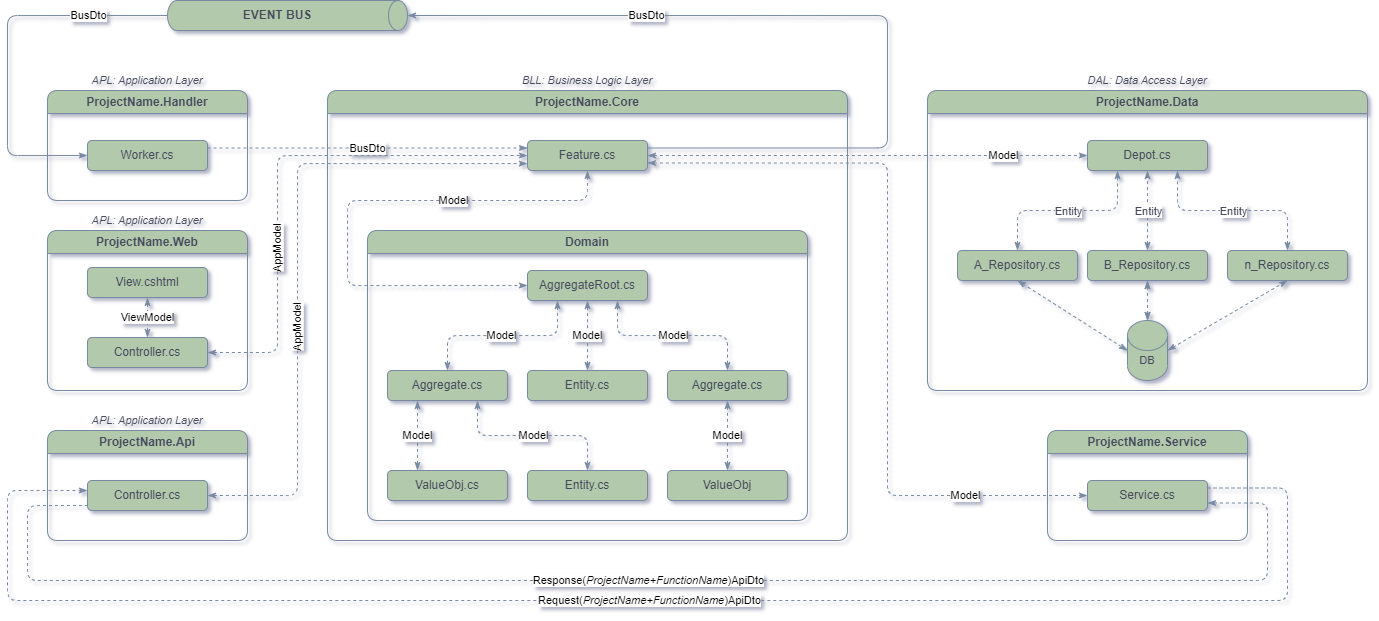
This is docs/SolutionArchitecture_style.png from iDoctor1977/MicroServicesTemplate, a draw.io export, as it was before one commit. Source tidied: cells renumbered, new cells last; positions are measured from the earlier drawing's top-left corner, leaving out a move shared by most shapes.
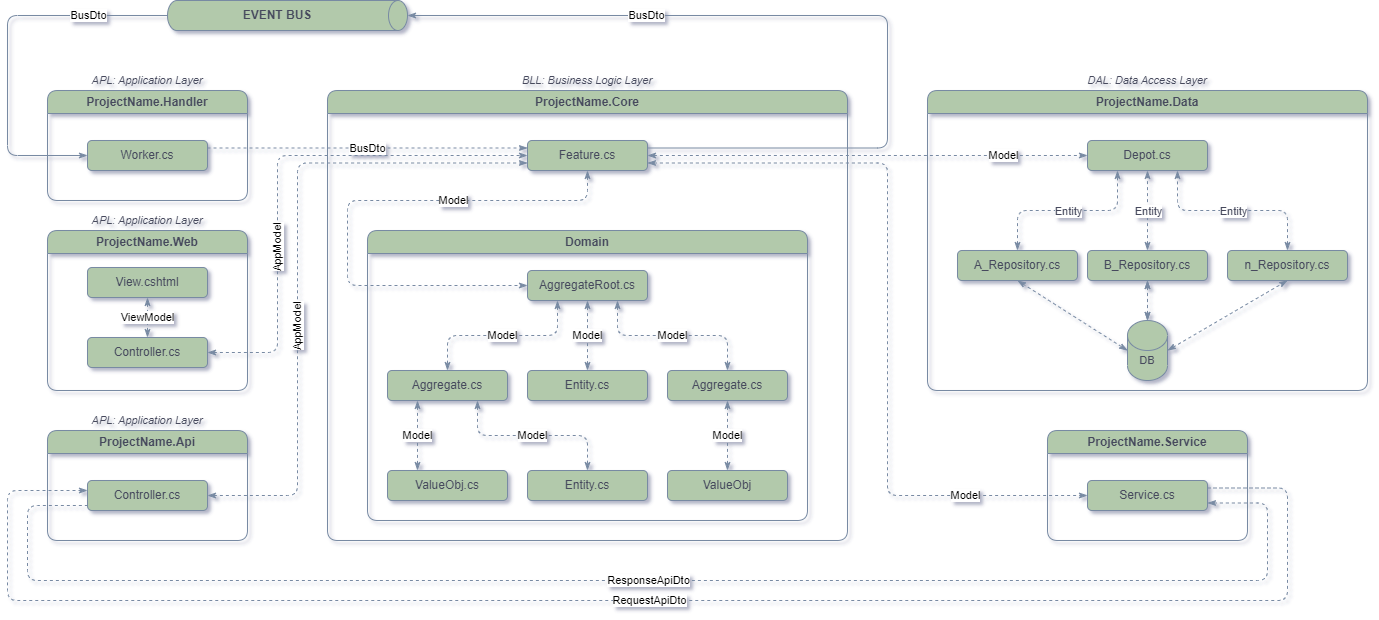
After the commit.

The edit, as a diff of the source:
```diff
@@ -218,7 +218,7 @@
     <mxCell id="61" value="APL:&amp;nbsp;Application Layer" style="text;strokeColor=none;align=center;fillColor=none;html=1;verticalAlign=middle;whiteSpace=wrap;rounded=1;fontSize=11;fontFamily=Helvetica;fontColor=#46495D;fontStyle=2;labelBackgroundColor=none;" parent="1" vertex="1">
       <mxGeometry x="40" y="70" width="200" height="20" as="geometry" />
     </mxCell>
-    <mxCell id="62" value="Request(&lt;i&gt;ProjectName+FunctionName&lt;/i&gt;)ApiDto" style="edgeStyle=orthogonalEdgeStyle;shape=connector;rounded=1;jettySize=auto;html=1;dashed=1;labelBackgroundColor=default;strokeColor=#788AA3;align=center;verticalAlign=middle;fontFamily=Helvetica;fontSize=11;fontColor=default;startArrow=none;startFill=0;endArrow=classicThin;endFill=1;entryX=0;entryY=0.25;entryDx=0;entryDy=0;labelBorderColor=none;exitX=1;exitY=0.25;exitDx=0;exitDy=0;" parent="1" edge="1" source="44">
+    <mxCell id="62" value="RequestApiDto" style="edgeStyle=orthogonalEdgeStyle;shape=connector;rounded=1;jettySize=auto;html=1;dashed=1;labelBackgroundColor=default;strokeColor=#788AA3;align=center;verticalAlign=middle;fontFamily=Helvetica;fontSize=11;fontColor=default;startArrow=none;startFill=0;endArrow=classicThin;endFill=1;entryX=0;entryY=0.25;entryDx=0;entryDy=0;labelBorderColor=none;exitX=1;exitY=0.25;exitDx=0;exitDy=0;" parent="1" edge="1" source="44">
       <mxGeometry relative="1" as="geometry">
         <mxPoint x="80" y="490" as="targetPoint" />
         <Array as="points">
@@ -229,7 +229,7 @@
         </Array>
       </mxGeometry>
     </mxCell>
-    <mxCell id="63" value="Response(&lt;i style=&quot;border-color: var(--border-color);&quot;&gt;ProjectName+FunctionName&lt;/i&gt;)ApiDto" style="edgeStyle=orthogonalEdgeStyle;shape=connector;rounded=1;jettySize=auto;html=1;exitX=1;exitY=0.75;exitDx=0;exitDy=0;entryX=0;entryY=0.75;entryDx=0;entryDy=0;dashed=1;labelBackgroundColor=default;strokeColor=#788AA3;align=center;verticalAlign=middle;fontFamily=Helvetica;fontSize=11;fontColor=default;startArrow=classicThin;startFill=1;endArrow=none;endFill=0;" parent="1" edge="1" source="44">
+    <mxCell id="63" value="ResponseApiDto" style="edgeStyle=orthogonalEdgeStyle;shape=connector;rounded=1;jettySize=auto;html=1;exitX=1;exitY=0.75;exitDx=0;exitDy=0;entryX=0;entryY=0.75;entryDx=0;entryDy=0;dashed=1;labelBackgroundColor=default;strokeColor=#788AA3;align=center;verticalAlign=middle;fontFamily=Helvetica;fontSize=11;fontColor=default;startArrow=classicThin;startFill=1;endArrow=none;endFill=0;" parent="1" edge="1" source="44">
       <mxGeometry relative="1" as="geometry">
         <mxPoint x="80" y="505" as="targetPoint" />
         <Array as="points">
```
